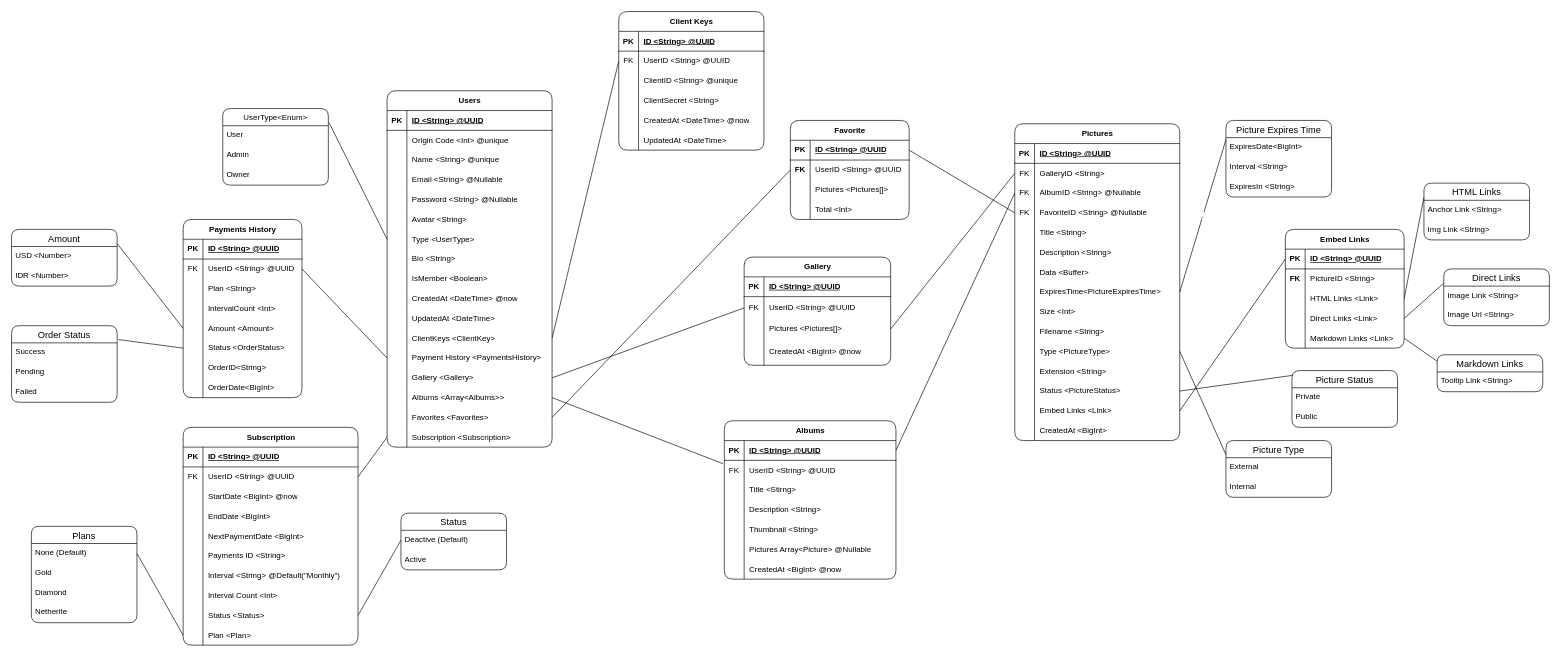
Earlier version of the draw.io diagram projects/models/v2/Pixelarium.drawio (Novanaa/Pixelarium). Source tidied: cells renumbered, new cells numbered last; positions are measured from the earlier drawing's top-left corner, leaving out a move shared by most shapes. Both pictures are drawn from the tidied source at 66%, with x=0, y=0 at pixel (11, 11).
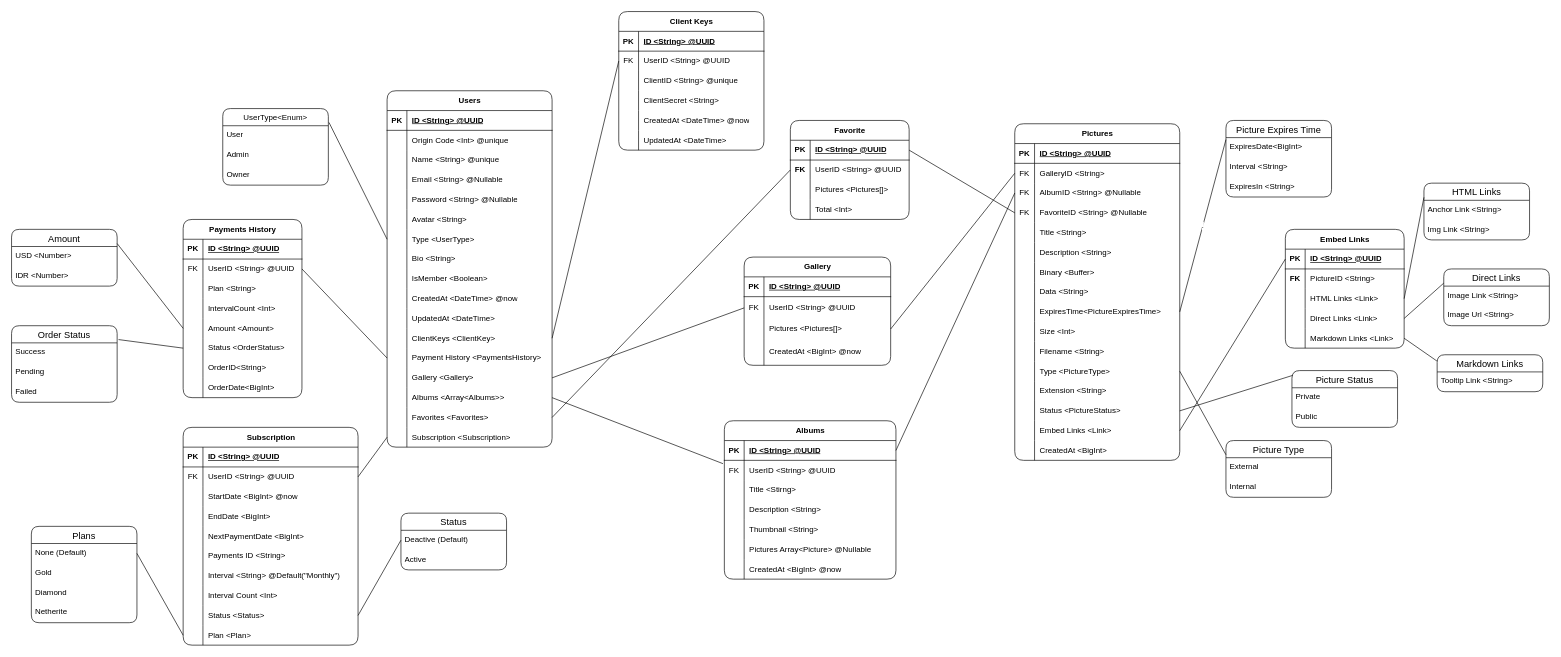
The same diagram, later.

Commit message (it also covers changes not shown here):
Added binary field as buffer to picture model

The change refers to these unchanged cells:
```xml
<mxCell id="112" style="shape=tableRow;horizontal=0;startSize=0;swimlaneHead=0;swimlaneBody=0;fillColor=none;top=0;left=0;right=0;bottom=0;" parent="93" vertex="1">
  <mxGeometry y="210" width="250" height="30" as="geometry" />
</mxCell>
```

The edit, as a diff of the source:
```diff
@@
     <mxCell id="93" value="Pictures" style="shape=table;startSize=30;childLayout=tableLayout;rowLines=0;fontStyle=1;align=center;html=1;rounded=1;" parent="1" vertex="1">
-      <mxGeometry x="1520" y="170" width="250" height="480" as="geometry" />
+      <mxGeometry x="1520" y="170" width="250" height="510" as="geometry" />
     </mxCell>
@@
-    <mxCell id="114" value="Data &amp;lt;Buffer&amp;gt;" style="shape=partialRectangle;fillColor=none;top=0;left=0;bottom=0;right=0;align=left;spacingLeft=6;overflow=hidden;whiteSpace=wrap;html=1;" parent="112" vertex="1">
+    <mxCell id="114" value="Binary &amp;lt;Buffer&amp;gt;" style="shape=partialRectangle;fillColor=none;top=0;left=0;bottom=0;right=0;align=left;spacingLeft=6;overflow=hidden;whiteSpace=wrap;html=1;" parent="112" vertex="1">
       <mxGeometry x="30" width="220" height="30" as="geometry" />
     </mxCell>
+    <mxCell id="297" style="shape=tableRow;horizontal=0;startSize=0;swimlaneHead=0;swimlaneBody=0;fillColor=none;top=0;left=0;right=0;bottom=0;" parent="93" vertex="1">
+      <mxGeometry y="240" width="250" height="30" as="geometry" />
+    </mxCell>
+    <mxCell id="298" style="shape=partialRectangle;fillColor=none;top=0;left=0;bottom=0;right=0;overflow=hidden;whiteSpace=wrap;html=1;" parent="297" vertex="1">
+      <mxGeometry width="30" height="30" as="geometry" />
+    </mxCell>
+    <mxCell id="299" value="Data &amp;lt;String&amp;gt;" style="shape=partialRectangle;fillColor=none;top=0;left=0;bottom=0;right=0;align=left;spacingLeft=6;overflow=hidden;whiteSpace=wrap;html=1;" parent="297" vertex="1">
+      <mxGeometry x="30" width="220" height="30" as="geometry" />
+    </mxCell>
     <mxCell id="115" style="shape=tableRow;horizontal=0;startSize=0;swimlaneHead=0;swimlaneBody=0;fillColor=none;points=[[0,0.5],[1,0.5]];portConstraint=eastwest;top=0;left=0;right=0;bottom=0;" parent="93" vertex="1">
-      <mxGeometry y="240" width="250" height="30" as="geometry" />
+      <mxGeometry y="270" width="250" height="30" as="geometry" />
     </mxCell>
@@
     <mxCell id="118" style="shape=tableRow;horizontal=0;startSize=0;swimlaneHead=0;swimlaneBody=0;fillColor=none;top=0;left=0;right=0;bottom=0;" parent="93" vertex="1">
-      <mxGeometry y="270" width="250" height="30" as="geometry" />
+      <mxGeometry y="300" width="250" height="30" as="geometry" />
     </mxCell>
@@
     <mxCell id="121" style="shape=tableRow;horizontal=0;startSize=0;swimlaneHead=0;swimlaneBody=0;fillColor=none;top=0;left=0;right=0;bottom=0;" parent="93" vertex="1">
-      <mxGeometry y="300" width="250" height="30" as="geometry" />
+      <mxGeometry y="330" width="250" height="30" as="geometry" />
     </mxCell>
@@
     <mxCell id="124" style="shape=tableRow;horizontal=0;startSize=0;swimlaneHead=0;swimlaneBody=0;fillColor=none;points=[[0,0.5],[1,0.5]];portConstraint=eastwest;top=0;left=0;right=0;bottom=0;" parent="93" vertex="1">
-      <mxGeometry y="330" width="250" height="30" as="geometry" />
+      <mxGeometry y="360" width="250" height="30" as="geometry" />
     </mxCell>
@@
     <mxCell id="127" style="shape=tableRow;horizontal=0;startSize=0;swimlaneHead=0;swimlaneBody=0;fillColor=none;top=0;left=0;right=0;bottom=0;" parent="93" vertex="1">
-      <mxGeometry y="360" width="250" height="30" as="geometry" />
+      <mxGeometry y="390" width="250" height="30" as="geometry" />
     </mxCell>
@@
     <mxCell id="130" style="shape=tableRow;horizontal=0;startSize=0;swimlaneHead=0;swimlaneBody=0;fillColor=none;points=[[0,0.5],[1,0.5]];portConstraint=eastwest;top=0;left=0;right=0;bottom=0;" parent="93" vertex="1">
-      <mxGeometry y="390" width="250" height="30" as="geometry" />
+      <mxGeometry y="420" width="250" height="30" as="geometry" />
     </mxCell>
@@
     <mxCell id="133" style="shape=tableRow;horizontal=0;startSize=0;swimlaneHead=0;swimlaneBody=0;fillColor=none;points=[[0,0.5],[1,0.5]];portConstraint=eastwest;top=0;left=0;right=0;bottom=0;" parent="93" vertex="1">
-      <mxGeometry y="420" width="250" height="30" as="geometry" />
+      <mxGeometry y="450" width="250" height="30" as="geometry" />
     </mxCell>
@@
     <mxCell id="136" style="shape=tableRow;horizontal=0;startSize=0;swimlaneHead=0;swimlaneBody=0;fillColor=none;top=0;left=0;right=0;bottom=0;" parent="93" vertex="1">
-      <mxGeometry y="450" width="250" height="30" as="geometry" />
+      <mxGeometry y="480" width="250" height="30" as="geometry" />
     </mxCell>
```
